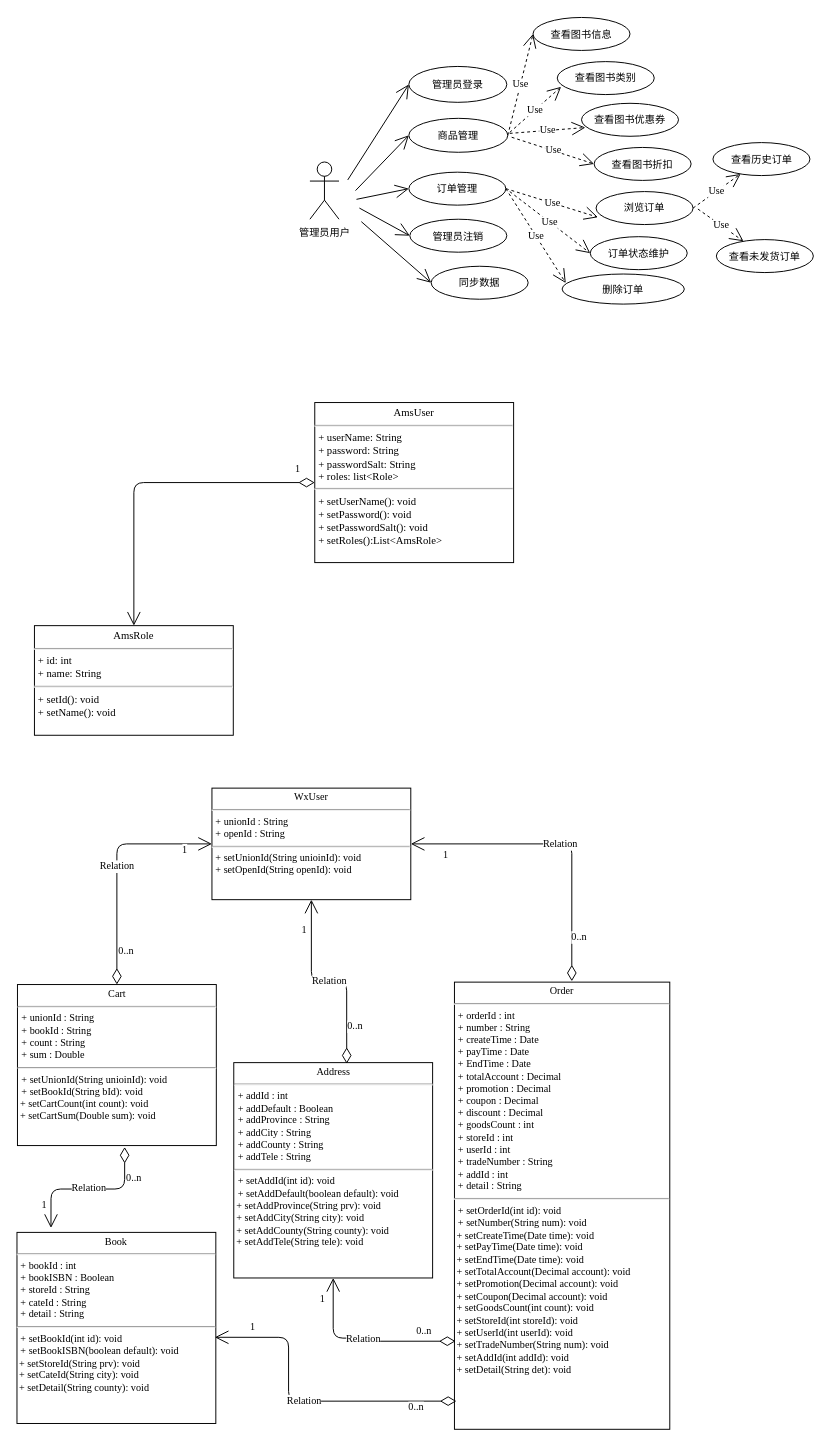
Above: page "Page-1" (1 of 3) of Untitled Diagram.drawio in 152056212/OS (draw.io), before the change. Source tidied: cells renumbered, new cells numbered last; positions are measured from the earlier drawing's top-left corner, leaving out a move shared by most shapes. Both pictures are drawn from the tidied source at 97%, with x=0, y=0 at pixel (16, 16).
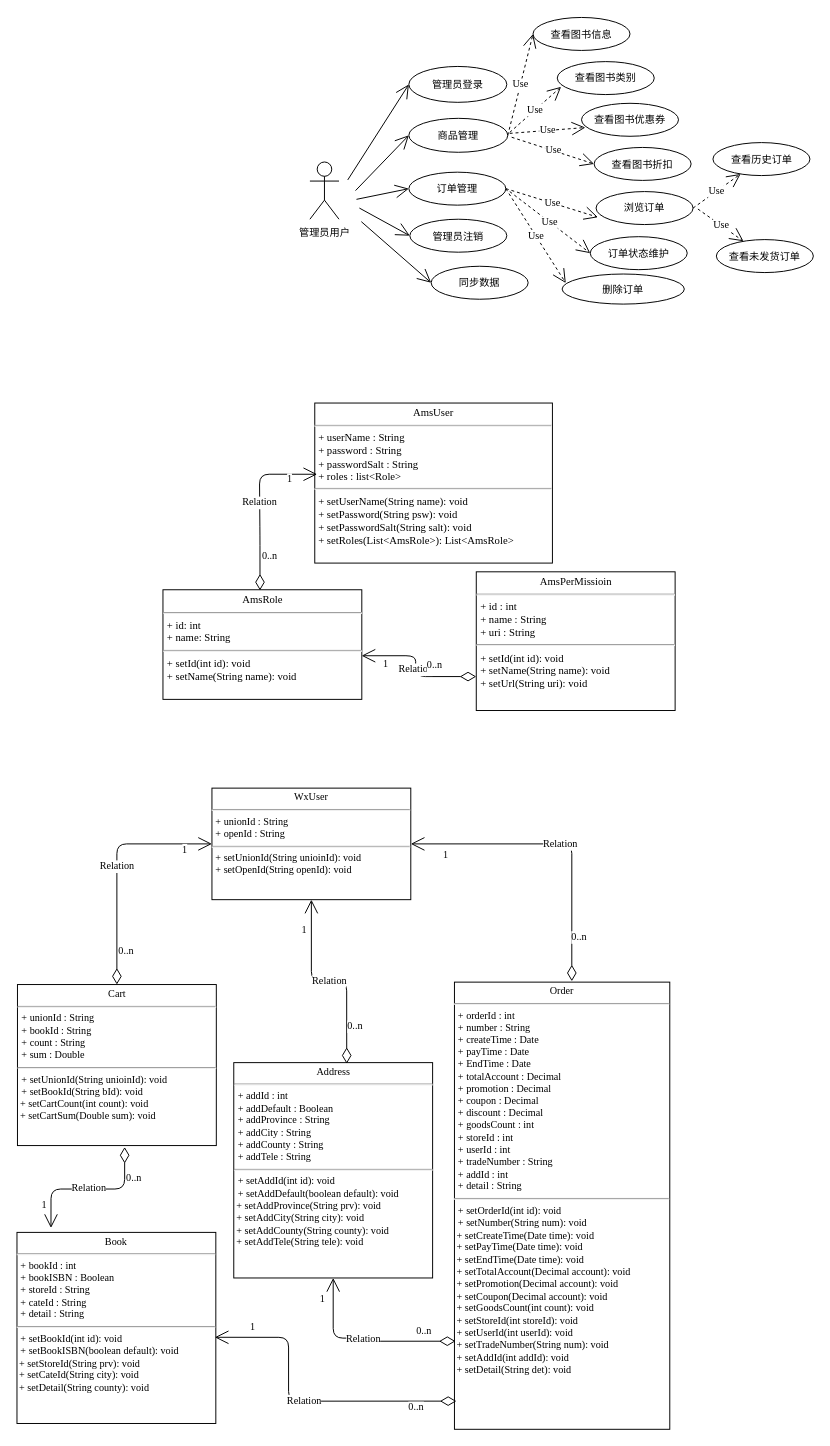
After the change.

Diff of the diagram source:
```diff
@@
-    <mxCell id="31" value="&lt;p style=&quot;margin: 4px 0px 0px ; text-align: center ; font-size: 11px&quot;&gt;&lt;span lang=&quot;EN-US&quot;&gt;AmsUser&lt;/span&gt;&lt;br&gt;&lt;/p&gt;&lt;hr style=&quot;font-size: 11px&quot;&gt;&lt;p style=&quot;margin: 0px 0px 0px 4px ; font-size: 11px&quot;&gt;&lt;font style=&quot;font-size: 11px&quot;&gt;+ userName: String&lt;/font&gt;&lt;/p&gt;&lt;p style=&quot;margin: 0px 0px 0px 4px ; font-size: 11px&quot;&gt;&lt;font style=&quot;font-size: 11px&quot;&gt;+ password: String&lt;br&gt;&lt;/font&gt;&lt;/p&gt;&lt;p style=&quot;margin: 0px 0px 0px 4px ; font-size: 11px&quot;&gt;&lt;font style=&quot;font-size: 11px&quot;&gt;+ passwordSalt: String&lt;br&gt;&lt;/font&gt;&lt;/p&gt;&lt;p style=&quot;margin: 0px 0px 0px 4px ; font-size: 11px&quot;&gt;&lt;font style=&quot;font-size: 11px&quot;&gt;+ roles: list&amp;lt;Role&amp;gt;&lt;/font&gt;&lt;/p&gt;&lt;hr style=&quot;font-size: 11px&quot;&gt;&lt;p style=&quot;margin: 0px 0px 0px 4px ; font-size: 11px&quot;&gt;&lt;font style=&quot;font-size: 11px&quot;&gt;+&amp;nbsp;&lt;span lang=&quot;EN-US&quot;&gt;setUserName&lt;/span&gt;(): void&lt;/font&gt;&lt;/p&gt;&lt;p style=&quot;margin: 0px 0px 0px 4px ; font-size: 11px&quot;&gt;&lt;font style=&quot;font-size: 11px&quot;&gt;+&amp;nbsp;&lt;span lang=&quot;EN-US&quot;&gt;setPassword&lt;/span&gt;(): void&lt;br&gt;&lt;/font&gt;&lt;/p&gt;&lt;p style=&quot;margin: 0px 0px 0px 4px ; font-size: 11px&quot;&gt;&lt;font style=&quot;font-size: 11px&quot;&gt;+&amp;nbsp;&lt;span lang=&quot;EN-US&quot;&gt;setPasswordSalt&lt;/span&gt;(): void&lt;br&gt;&lt;/font&gt;&lt;/p&gt;&lt;p style=&quot;margin: 0px 0px 0px 4px ; font-size: 11px&quot;&gt;&lt;font style=&quot;font-size: 11px&quot;&gt;+&amp;nbsp;&lt;span lang=&quot;EN-US&quot;&gt;setRoles&lt;/span&gt;():List&amp;lt;AmsRole&amp;gt;&lt;/font&gt;&lt;/p&gt;&lt;br&gt;" style="verticalAlign=top;align=left;overflow=fill;fontSize=10.5;fontFamily=Times new Roman;html=1;strokeWidth=1;" parent="1" vertex="1">
-      <mxGeometry x="307" y="397.5" width="205" height="165" as="geometry" />
+    <mxCell id="31" value="&lt;p style=&quot;margin: 4px 0px 0px ; text-align: center ; font-size: 11px&quot;&gt;&lt;span lang=&quot;EN-US&quot;&gt;AmsUser&lt;/span&gt;&lt;br&gt;&lt;/p&gt;&lt;hr style=&quot;font-size: 11px&quot;&gt;&lt;p style=&quot;margin: 0px 0px 0px 4px ; font-size: 11px&quot;&gt;&lt;font style=&quot;font-size: 11px&quot;&gt;+ userName : String&lt;/font&gt;&lt;/p&gt;&lt;p style=&quot;margin: 0px 0px 0px 4px ; font-size: 11px&quot;&gt;&lt;font style=&quot;font-size: 11px&quot;&gt;+ password : String&lt;br&gt;&lt;/font&gt;&lt;/p&gt;&lt;p style=&quot;margin: 0px 0px 0px 4px ; font-size: 11px&quot;&gt;&lt;font style=&quot;font-size: 11px&quot;&gt;+ passwordSalt : String&lt;br&gt;&lt;/font&gt;&lt;/p&gt;&lt;p style=&quot;margin: 0px 0px 0px 4px ; font-size: 11px&quot;&gt;&lt;font style=&quot;font-size: 11px&quot;&gt;+ roles : list&amp;lt;Role&amp;gt;&lt;/font&gt;&lt;/p&gt;&lt;hr style=&quot;font-size: 11px&quot;&gt;&lt;p style=&quot;margin: 0px 0px 0px 4px ; font-size: 11px&quot;&gt;&lt;font style=&quot;font-size: 11px&quot;&gt;+&amp;nbsp;&lt;span lang=&quot;EN-US&quot;&gt;setUserName&lt;/span&gt;(String name): void&lt;/font&gt;&lt;/p&gt;&lt;p style=&quot;margin: 0px 0px 0px 4px ; font-size: 11px&quot;&gt;&lt;font style=&quot;font-size: 11px&quot;&gt;+&amp;nbsp;&lt;span lang=&quot;EN-US&quot;&gt;setPassword&lt;/span&gt;(String psw): void&lt;br&gt;&lt;/font&gt;&lt;/p&gt;&lt;p style=&quot;margin: 0px 0px 0px 4px ; font-size: 11px&quot;&gt;&lt;font style=&quot;font-size: 11px&quot;&gt;+&amp;nbsp;&lt;span lang=&quot;EN-US&quot;&gt;setPasswordSalt&lt;/span&gt;(String salt): void&lt;br&gt;&lt;/font&gt;&lt;/p&gt;&lt;p style=&quot;margin: 0px 0px 0px 4px ; font-size: 11px&quot;&gt;&lt;font style=&quot;font-size: 11px&quot;&gt;+&amp;nbsp;&lt;span lang=&quot;EN-US&quot;&gt;setRoles&lt;/span&gt;(List&amp;lt;AmsRole&amp;gt;): List&amp;lt;AmsRole&amp;gt;&lt;/font&gt;&lt;/p&gt;&lt;br&gt;" style="verticalAlign=top;align=left;overflow=fill;fontSize=10.5;fontFamily=Times new Roman;html=1;strokeWidth=1;" parent="1" vertex="1">
+      <mxGeometry x="307" y="398" width="245" height="165" as="geometry" />
     </mxCell>
-    <mxCell id="32" value="&lt;p style=&quot;margin: 4px 0px 0px ; text-align: center ; font-size: 11px&quot;&gt;&lt;span lang=&quot;EN-US&quot;&gt;AmsRole&lt;/span&gt;&lt;br&gt;&lt;/p&gt;&lt;hr style=&quot;font-size: 11px&quot;&gt;&lt;p style=&quot;margin: 0px 0px 0px 4px ; font-size: 11px&quot;&gt;&lt;font style=&quot;font-size: 11px&quot;&gt;+ id: int&lt;/font&gt;&lt;/p&gt;&lt;p style=&quot;margin: 0px 0px 0px 4px ; font-size: 11px&quot;&gt;&lt;font style=&quot;font-size: 11px&quot;&gt;+ name: String&lt;/font&gt;&lt;/p&gt;&lt;hr style=&quot;font-size: 11px&quot;&gt;&lt;p style=&quot;margin: 0px 0px 0px 4px ; font-size: 11px&quot;&gt;&lt;font style=&quot;font-size: 11px&quot;&gt;+&amp;nbsp;&lt;span lang=&quot;EN-US&quot;&gt;setId&lt;/span&gt;(): void&lt;/font&gt;&lt;/p&gt;&lt;p style=&quot;margin: 0px 0px 0px 4px ; font-size: 11px&quot;&gt;&lt;font style=&quot;font-size: 11px&quot;&gt;+&amp;nbsp;&lt;span lang=&quot;EN-US&quot;&gt;setName&lt;/span&gt;(): void&lt;/font&gt;&lt;/p&gt;&lt;br&gt;" style="verticalAlign=top;align=left;overflow=fill;fontSize=10.5;fontFamily=Times new Roman;html=1;strokeWidth=1;" parent="1" vertex="1">
-      <mxGeometry x="18" y="627.5" width="205" height="113" as="geometry" />
+    <mxCell id="32" value="&lt;p style=&quot;margin: 4px 0px 0px ; text-align: center ; font-size: 11px&quot;&gt;&lt;span lang=&quot;EN-US&quot;&gt;AmsRole&lt;/span&gt;&lt;br&gt;&lt;/p&gt;&lt;hr style=&quot;font-size: 11px&quot;&gt;&lt;p style=&quot;margin: 0px 0px 0px 4px ; font-size: 11px&quot;&gt;&lt;font style=&quot;font-size: 11px&quot;&gt;+ id: int&lt;/font&gt;&lt;/p&gt;&lt;p style=&quot;margin: 0px 0px 0px 4px ; font-size: 11px&quot;&gt;&lt;font style=&quot;font-size: 11px&quot;&gt;+ name: String&lt;/font&gt;&lt;/p&gt;&lt;hr style=&quot;font-size: 11px&quot;&gt;&lt;p style=&quot;margin: 0px 0px 0px 4px ; font-size: 11px&quot;&gt;&lt;font style=&quot;font-size: 11px&quot;&gt;+&amp;nbsp;&lt;span lang=&quot;EN-US&quot;&gt;setId&lt;/span&gt;(int id): void&lt;/font&gt;&lt;/p&gt;&lt;p style=&quot;margin: 0px 0px 0px 4px ; font-size: 11px&quot;&gt;&lt;font style=&quot;font-size: 11px&quot;&gt;+&amp;nbsp;&lt;span lang=&quot;EN-US&quot;&gt;setName&lt;/span&gt;(String name): void&lt;/font&gt;&lt;/p&gt;&lt;br&gt;" style="verticalAlign=top;align=left;overflow=fill;fontSize=10.5;fontFamily=Times new Roman;html=1;strokeWidth=1;" parent="1" vertex="1">
+      <mxGeometry x="150.5" y="590.5" width="205" height="113" as="geometry" />
     </mxCell>
-    <mxCell id="33" value="1" style="endArrow=open;html=1;endSize=12;startArrow=diamondThin;startSize=14;startFill=0;edgeStyle=orthogonalEdgeStyle;align=left;verticalAlign=bottom;strokeWidth=1;fontFamily=Times new Roman;fontSize=10.5;" parent="1" edge="1" source="31" target="32">
-      <mxGeometry x="-0.87" y="-4" relative="1" as="geometry" />
-    </mxCell>
@@
+    <mxCell id="57" value="Relation" style="endArrow=open;html=1;endSize=12;startArrow=diamondThin;startSize=14;startFill=0;edgeStyle=orthogonalEdgeStyle;strokeWidth=1;fontFamily=Times new Roman;fontSize=10.5;entryX=0.01;entryY=0.445;entryDx=0;entryDy=0;entryPerimeter=0;exitX=0.488;exitY=0.006;exitDx=0;exitDy=0;exitPerimeter=0;" parent="1" edge="1" source="32" target="31">
+      <mxGeometry relative="1" as="geometry">
+        <Array as="points">
+          <mxPoint x="250" y="535" />
+          <mxPoint x="250" y="471" />
+        </Array>
+      </mxGeometry>
+    </mxCell>
+    <mxCell id="58" value="0..n" style="html=1;align=left;verticalAlign=top;labelBackgroundColor=#ffffff;fontSize=10.5;fontFamily=Times new Roman;" parent="57" vertex="1">
+      <mxGeometry x="-1" relative="1" as="geometry">
+        <mxPoint y="-48" as="offset" />
+      </mxGeometry>
+    </mxCell>
+    <mxCell id="59" value="1" style="html=1;align=right;verticalAlign=top;labelBackgroundColor=#ffffff;fontSize=10.5;fontFamily=Times new Roman;" parent="57" vertex="1">
+      <mxGeometry x="1" relative="1" as="geometry">
+        <mxPoint x="-25" y="-7" as="offset" />
+      </mxGeometry>
+    </mxCell>
+    <mxCell id="60" value="&lt;p style=&quot;margin: 4px 0px 0px ; text-align: center ; font-size: 11px&quot;&gt;&lt;span lang=&quot;EN-US&quot;&gt;AmsPerMissioin&lt;/span&gt;&lt;br&gt;&lt;/p&gt;&lt;hr style=&quot;font-size: 11px&quot;&gt;&lt;p style=&quot;margin: 0px 0px 0px 4px ; font-size: 11px&quot;&gt;&lt;font style=&quot;font-size: 11px&quot;&gt;+ id : int&lt;/font&gt;&lt;/p&gt;&lt;p style=&quot;margin: 0px 0px 0px 4px ; font-size: 11px&quot;&gt;&lt;font style=&quot;font-size: 11px&quot;&gt;+ name : String&lt;/font&gt;&lt;/p&gt;&lt;p style=&quot;margin: 0px 0px 0px 4px ; font-size: 11px&quot;&gt;&lt;font style=&quot;font-size: 11px&quot;&gt;+ uri : String&lt;br&gt;&lt;/font&gt;&lt;/p&gt;&lt;hr style=&quot;font-size: 11px&quot;&gt;&lt;p style=&quot;margin: 0px 0px 0px 4px ; font-size: 11px&quot;&gt;&lt;font style=&quot;font-size: 11px&quot;&gt;+&amp;nbsp;&lt;span lang=&quot;EN-US&quot;&gt;setId&lt;/span&gt;(int id): void&lt;/font&gt;&lt;/p&gt;&lt;p style=&quot;margin: 0px 0px 0px 4px ; font-size: 11px&quot;&gt;&lt;font style=&quot;font-size: 11px&quot;&gt;+&amp;nbsp;&lt;span lang=&quot;EN-US&quot;&gt;setName&lt;/span&gt;(String name): void&lt;/font&gt;&lt;/p&gt;&lt;p style=&quot;margin: 0px 0px 0px 4px ; font-size: 11px&quot;&gt;&lt;font style=&quot;font-size: 11px&quot;&gt;+ setUrl(String uri): void&lt;/font&gt;&lt;/p&gt;&lt;br&gt;" style="verticalAlign=top;align=left;overflow=fill;fontSize=10.5;fontFamily=Times new Roman;html=1;strokeWidth=1;" parent="1" vertex="1">
+      <mxGeometry x="473.5" y="572" width="205" height="143" as="geometry" />
+    </mxCell>
+    <mxCell id="61" value="Relation" style="endArrow=open;html=1;endSize=12;startArrow=diamondThin;startSize=14;startFill=0;edgeStyle=orthogonalEdgeStyle;strokeWidth=1;fontFamily=Times new Roman;fontSize=10.5;entryX=0.999;entryY=0.602;entryDx=0;entryDy=0;entryPerimeter=0;" parent="1" edge="1" source="60" target="32">
+      <mxGeometry relative="1" as="geometry">
+        <Array as="points">
+          <mxPoint x="411" y="680" />
+          <mxPoint x="411" y="658" />
+        </Array>
+      </mxGeometry>
+    </mxCell>
+    <mxCell id="62" value="0..n" style="html=1;align=left;verticalAlign=top;labelBackgroundColor=#ffffff;fontSize=10.5;fontFamily=Times new Roman;" parent="61" vertex="1">
+      <mxGeometry x="-1" relative="1" as="geometry">
+        <mxPoint x="-53" y="-24" as="offset" />
+      </mxGeometry>
+    </mxCell>
+    <mxCell id="63" value="1" style="html=1;align=right;verticalAlign=top;labelBackgroundColor=#ffffff;fontSize=10.5;fontFamily=Times new Roman;" parent="61" vertex="1">
+      <mxGeometry x="1" relative="1" as="geometry">
+        <mxPoint x="27.5" y="-4" as="offset" />
+      </mxGeometry>
+    </mxCell>
```
